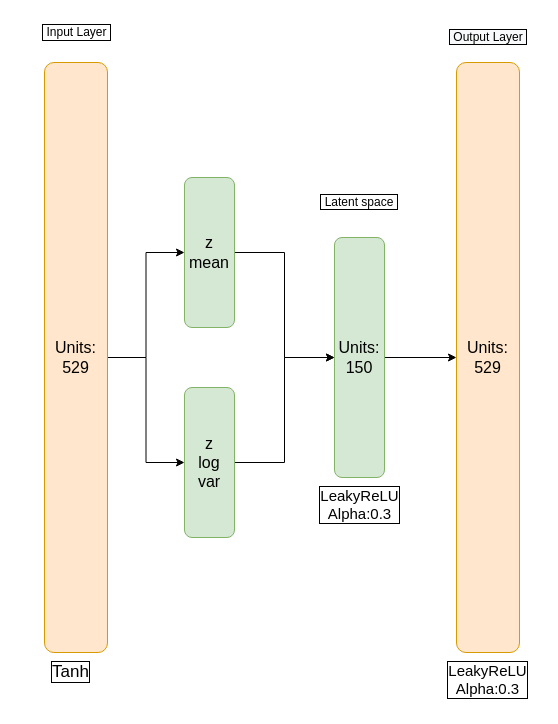
Earlier version of the draw.io diagram Thesis/Figures/nnarchitect/vae_small.drawio (Gadangadang/MasterThesis). Source tidied: cells renumbered, new cells numbered last; positions are measured from the earlier drawing's top-left corner, leaving out a move shared by most shapes. Both pictures are drawn from the tidied source at 100%, with x=0, y=0 at pixel (17, 17).
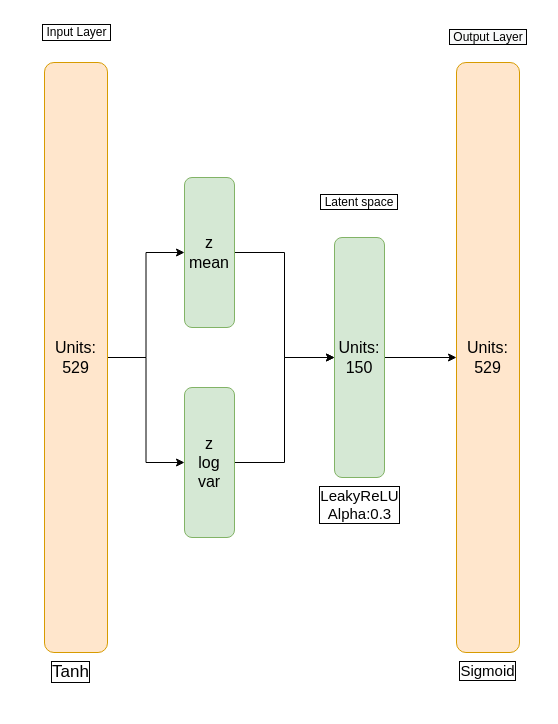
The same page after the edit.

The edit, as a diff of the source:
```diff
@@
-    <mxCell id="17" value="&lt;div style=&quot;font-size: 15px;&quot;&gt;LeakyReLU&lt;/div&gt;&lt;div style=&quot;font-size: 15px;&quot;&gt;Alpha:0.3&lt;/div&gt;" style="text;whiteSpace=wrap;html=1;fontColor=#000000;align=center;labelBorderColor=default;spacing=4;fontSize=15;" parent="1" vertex="1">
+    <mxCell id="17" value="&lt;div style=&quot;font-size: 15px;&quot;&gt;Sigmoid&lt;/div&gt;" style="text;whiteSpace=wrap;html=1;fontColor=#000000;align=center;labelBorderColor=default;spacing=4;fontSize=15;" parent="1" vertex="1">
       <mxGeometry x="417" y="635" width="107" height="55" as="geometry" />
     </mxCell>
```
